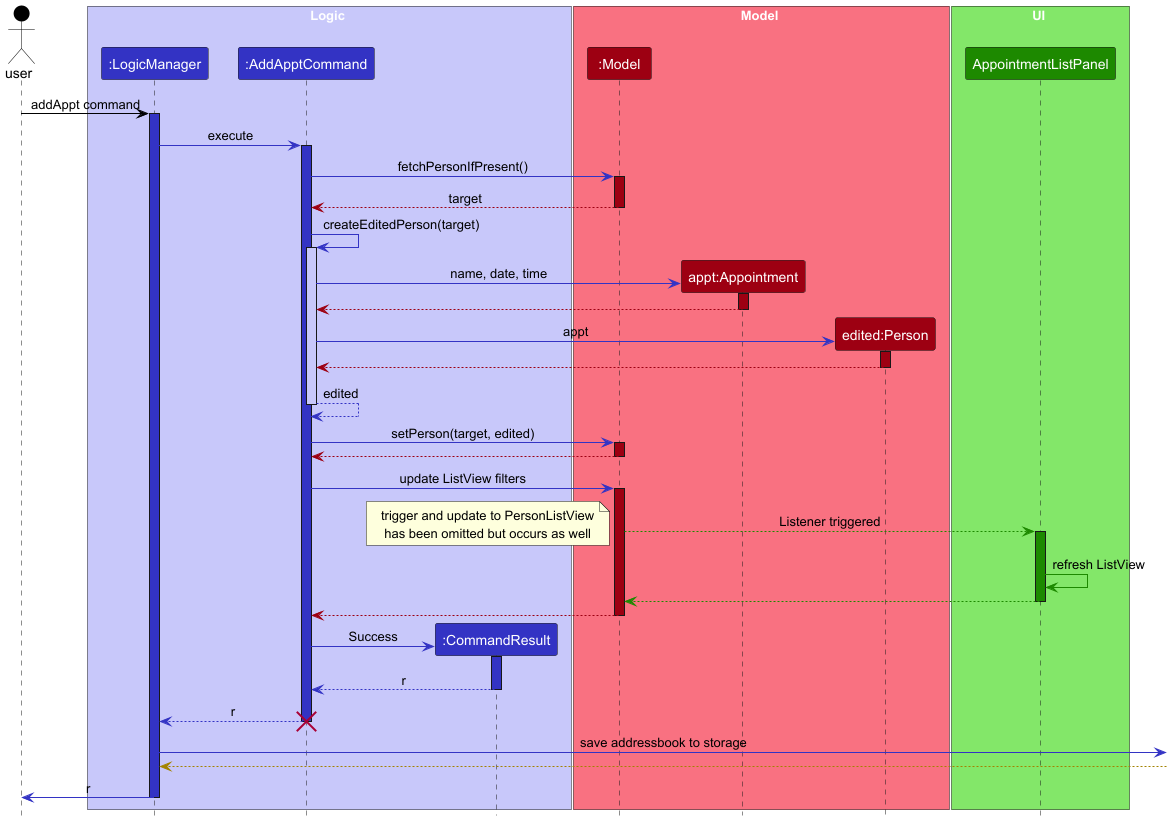
Before: docs/images/AddApptCommandSequenceDiagram.png, a diagram exported from PlantUML (nus-cs2103-AY2425S1/tp).
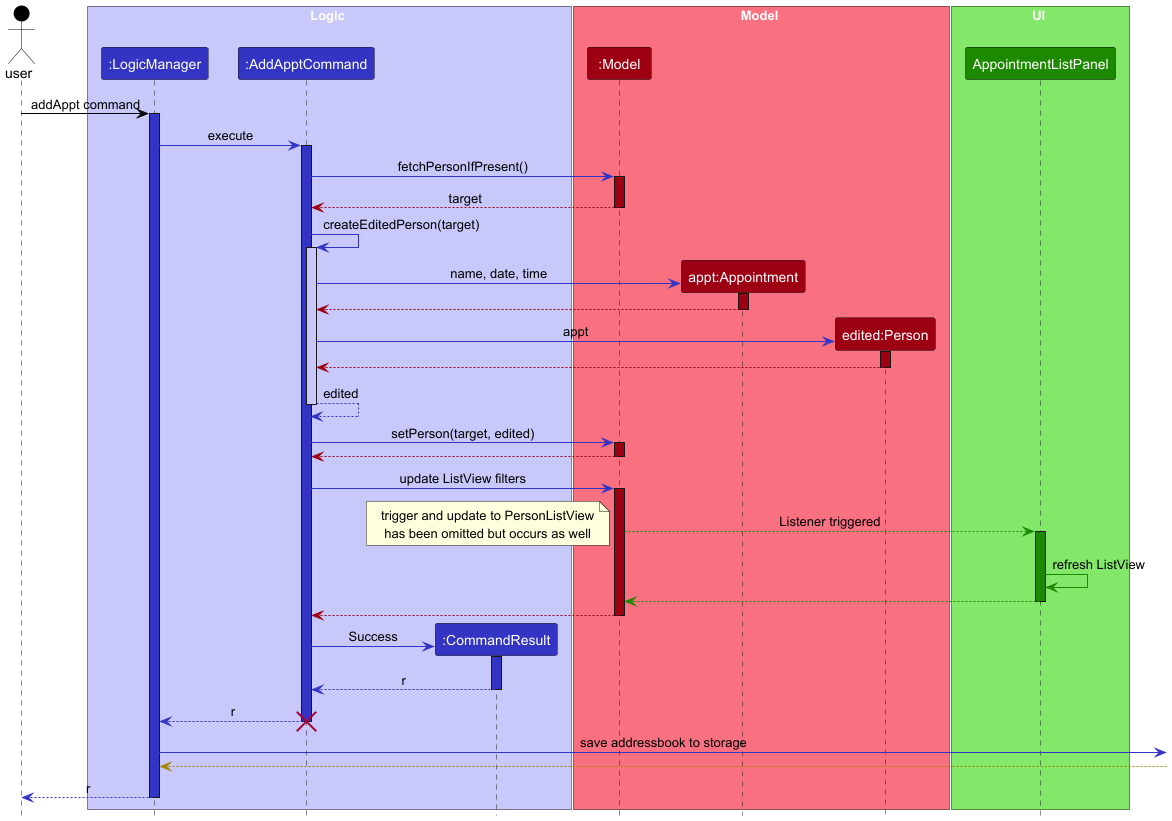
After the commit.

Commit message:
Further amend diagram

Diff of the diagram source:
```diff
@@ -76,6 +76,6 @@
 destroy AddApptCommand
 Logic -[LOGIC_COLOR]> : save addressbook to storage
 ]-[STORAGE_COLOR]-> Logic
-Logic -[LOGIC_COLOR]> user : r
+Logic -[LOGIC_COLOR]-> user : r
 deactivate Logic LOGIC_COLOR
 @enduml
```
